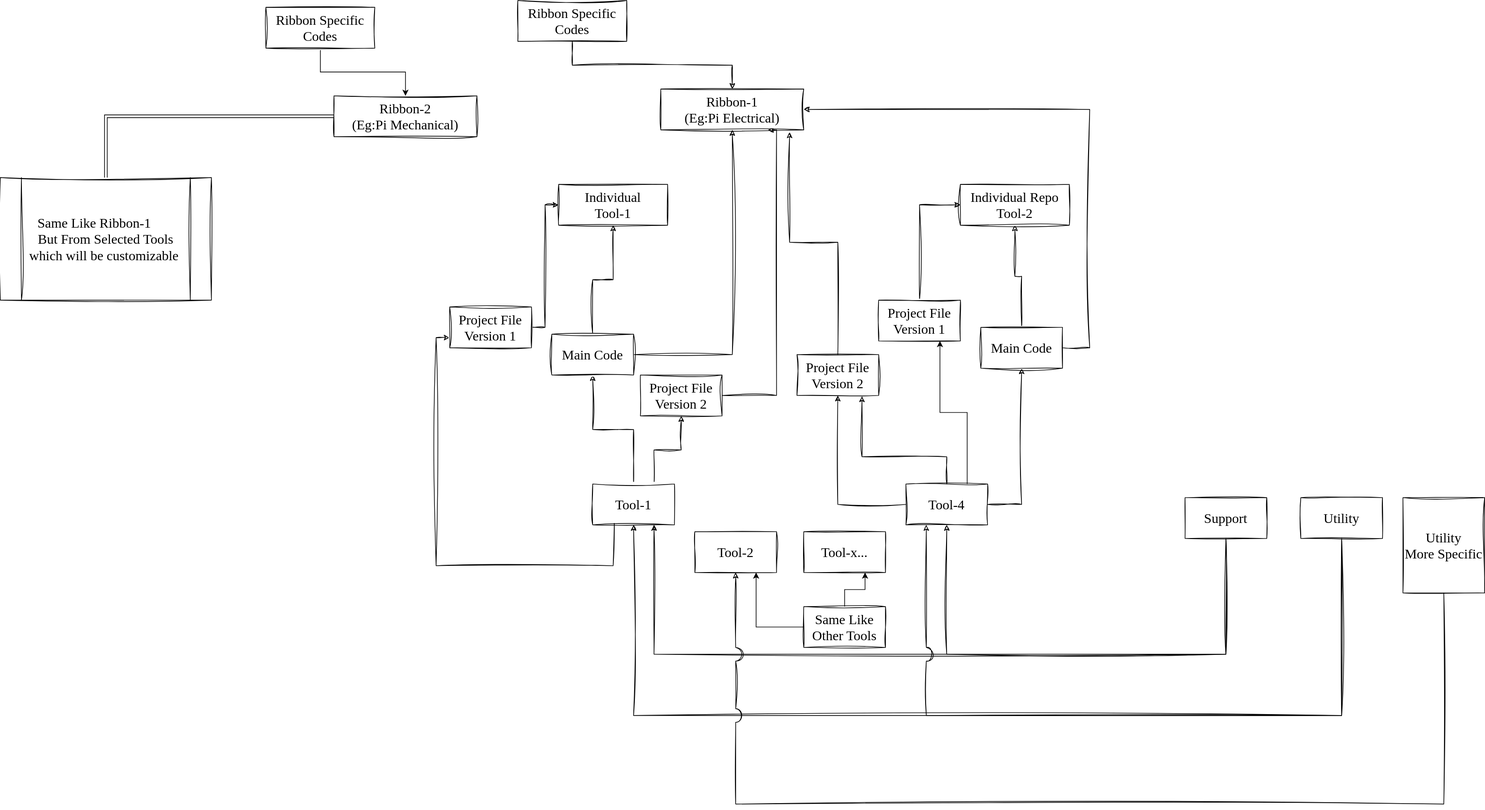
The draw.io diagram Docs/GitHub Structure Brainstorming.drawio.svg in Pinnacle-Sahin/Pinnacle-Sahin, before a commit. Source tidied: cells renumbered, new cells last; positions are measured from the earlier drawing's top-left corner, leaving out a move shared by most shapes.
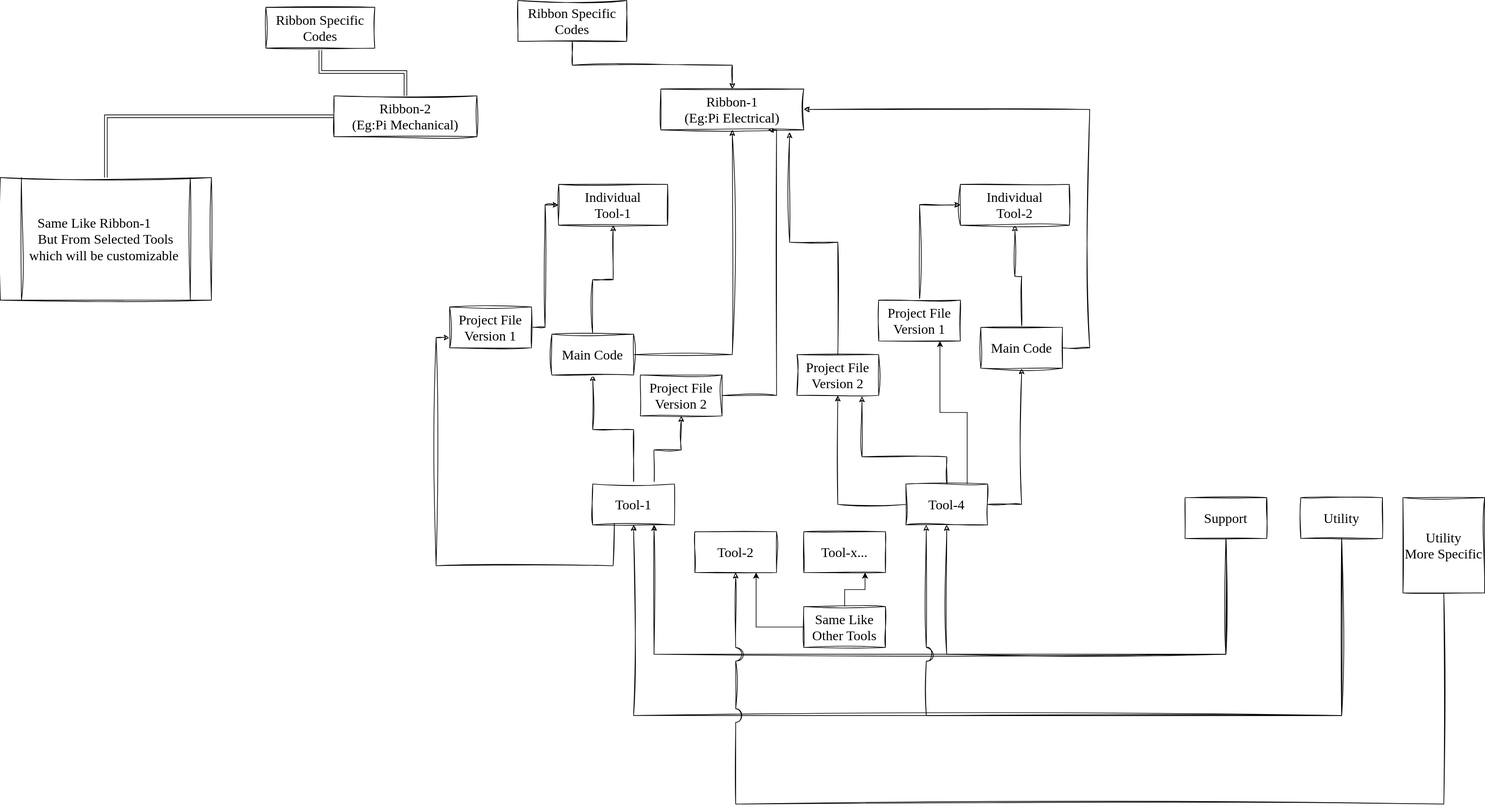
After the commit.

Change to the diagram source:
```diff
@@ -134,7 +134,7 @@
     <mxCell id="32" value="&lt;div&gt;Ribbon-1&lt;/div&gt;&lt;div&gt;(Eg:Pi Electrical)&lt;br&gt;&lt;/div&gt;" style="rounded=0;whiteSpace=wrap;html=1;sketch=1;hachureGap=4;jiggle=2;curveFitting=1;fontFamily=Verdana;fontSize=20;direction=east;horizontal=1;fontStyle=0;" parent="1" vertex="1">
       <mxGeometry x="970" y="130" width="210" height="60" as="geometry" />
     </mxCell>
-    <mxCell id="33" value="&lt;div&gt;Individual Repo&lt;/div&gt;&lt;div&gt;Tool-2&lt;br&gt;&lt;/div&gt;" style="rounded=0;whiteSpace=wrap;html=1;sketch=1;hachureGap=4;jiggle=2;curveFitting=1;fontFamily=Verdana;fontSize=20;direction=east;horizontal=1;" parent="1" vertex="1">
+    <mxCell id="33" value="&lt;div&gt;Individual&lt;br&gt;&lt;/div&gt;&lt;div&gt;Tool-2&lt;br&gt;&lt;/div&gt;" style="rounded=0;whiteSpace=wrap;html=1;sketch=1;hachureGap=4;jiggle=2;curveFitting=1;fontFamily=Verdana;fontSize=20;direction=east;horizontal=1;" parent="1" vertex="1">
       <mxGeometry x="1410" y="270" width="160" height="60" as="geometry" />
     </mxCell>
     <mxCell id="34" style="edgeStyle=elbowEdgeStyle;rounded=0;sketch=1;hachureGap=4;jiggle=2;curveFitting=1;jettySize=auto;elbow=vertical;html=1;entryX=0.5;entryY=1;entryDx=0;entryDy=0;fontFamily=Verdana;fontSize=16;anchorPointDirection=1;jumpStyle=arc;jumpSize=20;" parent="1" edge="1" source="14" target="12">
@@ -194,7 +194,7 @@
     <mxCell id="45" value="&lt;div&gt;Same Like Ribbon-1&lt;span style=&quot;white-space: pre;&quot;&gt;&#9;&lt;/span&gt;&lt;/div&gt;&lt;div&gt;But From Selected Tools which will be customizable&amp;nbsp; &lt;/div&gt;" style="shape=process;whiteSpace=wrap;html=1;backgroundOutline=1;rounded=0;sketch=1;hachureGap=4;jiggle=2;curveFitting=1;fontFamily=Verdana;fontSize=20;fillColor=none;" parent="1" vertex="1">
       <mxGeometry y="260" width="310" height="180" as="geometry" />
     </mxCell>
-    <mxCell id="46" style="edgeStyle=elbowEdgeStyle;rounded=0;sketch=0;hachureGap=4;jiggle=2;curveFitting=1;jumpStyle=arc;jumpSize=20;jettySize=auto;elbow=vertical;html=1;entryX=0.5;entryY=0;entryDx=0;entryDy=0;sketchStyle=rough;strokeColor=default;fontFamily=Verdana;fontSize=16;" parent="1" edge="1" source="47" target="43">
+    <mxCell id="46" style="edgeStyle=elbowEdgeStyle;shape=link;rounded=0;sketch=0;hachureGap=4;jiggle=2;curveFitting=1;jumpStyle=arc;jumpSize=20;jettySize=auto;elbow=vertical;html=1;entryX=0.5;entryY=0;entryDx=0;entryDy=0;sketchStyle=rough;strokeColor=default;fontFamily=Verdana;fontSize=16;" parent="1" edge="1" source="47" target="43">
       <mxGeometry relative="1" as="geometry" />
     </mxCell>
     <mxCell id="47" value="Ribbon Specific Codes" style="rounded=0;whiteSpace=wrap;html=1;sketch=1;hachureGap=4;jiggle=2;curveFitting=1;fontFamily=Verdana;fontSize=20;direction=east;horizontal=1;" parent="1" vertex="1">
```
